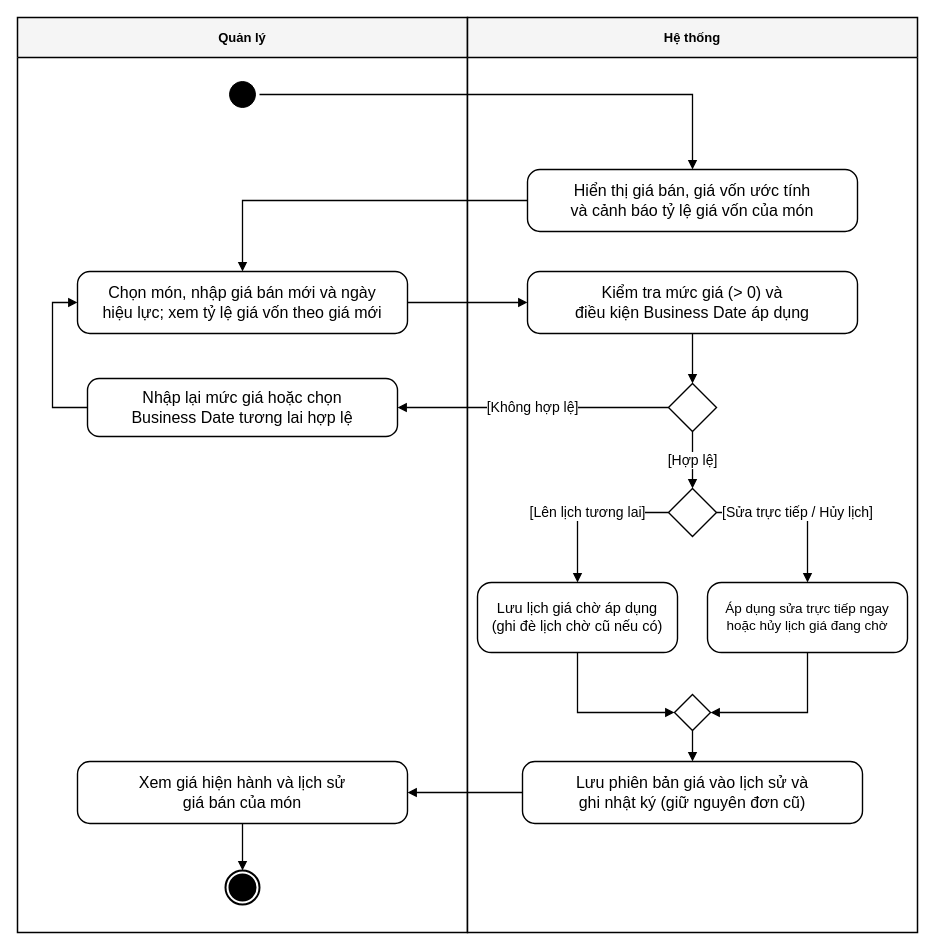
Above: page "QT-03 — Quản lý giá bán" (3 of 21) of docs/So_do/Quy_trinh_nghiep_vu_HeThongQuanLyNhaHang.drawio in nminhzzz/restaurant-management-ai (draw.io), before the change. Source tidied: cells renumbered, new cells numbered last; positions are measured from the earlier drawing's top-left corner, leaving out a move shared by most shapes. Both pictures are drawn from the tidied source at 100%, with x=0, y=0 at pixel (17, 17).
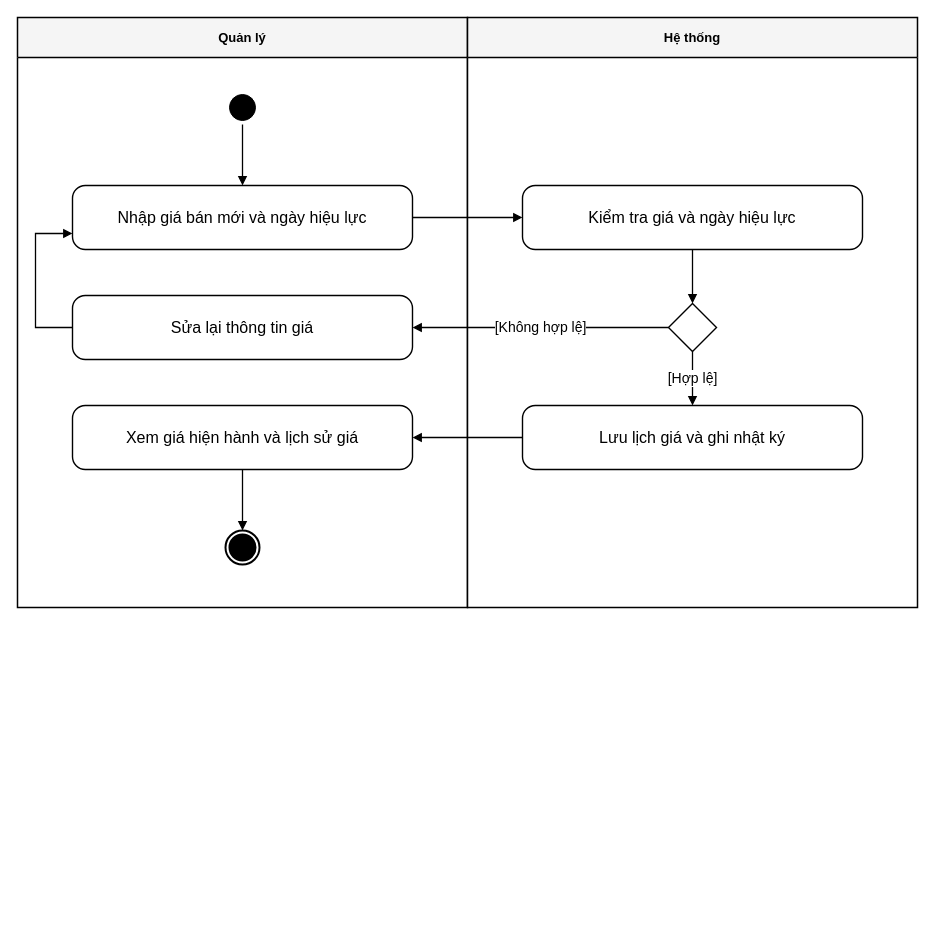
Above is the later version.

What changed in the source:
```diff
@@
     <mxCell id="2" value="Quản lý" style="swimlane;whiteSpace=wrap;html=1;startSize=40;fillColor=#f5f5f5;strokeColor=#000000;fontColor=#000000;fontStyle=1;fontSize=13;swimlaneFillColor=#ffffff;strokeWidth=1.5;rounded=0;arcSize=0;" parent="1" vertex="1">
-      <mxGeometry width="450" height="915" as="geometry" />
+      <mxGeometry width="450" height="590" as="geometry" />
     </mxCell>
     <mxCell id="3" value="Hệ thống" style="swimlane;whiteSpace=wrap;html=1;startSize=40;fillColor=#f5f5f5;strokeColor=#000000;fontColor=#000000;fontStyle=1;fontSize=13;swimlaneFillColor=#ffffff;strokeWidth=1.5;rounded=0;arcSize=0;" parent="1" vertex="1">
-      <mxGeometry x="450" width="450" height="915" as="geometry" />
+      <mxGeometry x="450" width="450" height="590" as="geometry" />
     </mxCell>
-    <mxCell id="4" style="ellipse;html=1;shape=startState;fillColor=#000000;strokeColor=#000000;" parent="1" vertex="1">
-      <mxGeometry x="208" y="60" width="34" height="34" as="geometry" />
-    </mxCell>
-    <mxCell id="5" value="Chọn món, nhập giá bán mới và ngày&#10;hiệu lực; xem tỷ lệ giá vốn theo giá mới" style="rounded=1;whiteSpace=wrap;html=1;arcSize=20;fillColor=#ffffff;strokeColor=#000000;strokeWidth=1.4;fontSize=16;fontColor=#000000;spacing=6;" parent="1" vertex="1">
-      <mxGeometry x="60" y="254" width="330" height="62" as="geometry" />
-    </mxCell>
-    <mxCell id="6" value="Kiểm tra mức giá (&gt; 0) và&#10;điều kiện Business Date áp dụng" style="rounded=1;whiteSpace=wrap;html=1;arcSize=20;fillColor=#ffffff;strokeColor=#000000;strokeWidth=1.4;fontSize=16;fontColor=#000000;spacing=6;" parent="1" vertex="1">
-      <mxGeometry x="510" y="254" width="330" height="62" as="geometry" />
-    </mxCell>
-    <mxCell id="7" value="Hiển thị giá bán, giá vốn ước tính&#10;và cảnh báo tỷ lệ giá vốn của món" style="rounded=1;whiteSpace=wrap;html=1;arcSize=20;fillColor=#ffffff;strokeColor=#000000;strokeWidth=1.4;fontSize=16;fontColor=#000000;spacing=6;" parent="1" vertex="1">
-      <mxGeometry x="510" y="152" width="330" height="62" as="geometry" />
-    </mxCell>
+    <mxCell id="31" style="ellipse;html=1;shape=startState;fillColor=#000000;strokeColor=#000000;" parent="1" vertex="1">
+      <mxGeometry x="208" y="73" width="34" height="34" as="geometry" />
+    </mxCell>
+    <mxCell id="32" value="Nhập giá bán mới và ngày hiệu lực" style="rounded=1;whiteSpace=wrap;html=1;arcSize=20;fillColor=#ffffff;strokeColor=#000000;strokeWidth=1.4;fontSize=16;fontColor=#000000;spacing=6;" parent="1" vertex="1">
+      <mxGeometry x="55" y="168" width="340" height="64" as="geometry" />
+    </mxCell>
+    <mxCell id="33" value="Kiểm tra giá và ngày hiệu lực" style="rounded=1;whiteSpace=wrap;html=1;arcSize=20;fillColor=#ffffff;strokeColor=#000000;strokeWidth=1.4;fontSize=16;fontColor=#000000;spacing=6;" parent="1" vertex="1">
+      <mxGeometry x="505" y="168" width="340" height="64" as="geometry" />
+    </mxCell>
     <mxCell id="8" style="rhombus;whiteSpace=wrap;html=1;fillColor=#ffffff;strokeColor=#000000;strokeWidth=1.4;" parent="1" vertex="1">
-      <mxGeometry x="651" y="366" width="48" height="48" as="geometry" />
+      <mxGeometry x="651" y="286" width="48" height="48" as="geometry" />
     </mxCell>
-    <mxCell id="9" value="Nhập lại mức giá hoặc chọn&#10;Business Date tương lai hợp lệ" style="rounded=1;whiteSpace=wrap;html=1;arcSize=20;fillColor=#ffffff;strokeColor=#000000;strokeWidth=1.4;fontSize=16;fontColor=#000000;spacing=6;" parent="1" vertex="1">
-      <mxGeometry x="70" y="361" width="310" height="58" as="geometry" />
-    </mxCell>
-    <mxCell id="10" style="rhombus;whiteSpace=wrap;html=1;fillColor=#ffffff;strokeColor=#000000;strokeWidth=1.4;" parent="1" vertex="1">
-      <mxGeometry x="651" y="471" width="48" height="48" as="geometry" />
-    </mxCell>
-    <mxCell id="11" value="Lưu lịch giá chờ áp dụng&#10;(ghi đè lịch chờ cũ nếu có)" style="rounded=1;whiteSpace=wrap;html=1;arcSize=20;fillColor=#ffffff;strokeColor=#000000;strokeWidth=1.4;fontSize=14.5;fontColor=#000000;spacing=6;" parent="1" vertex="1">
-      <mxGeometry x="460" y="565" width="200" height="70" as="geometry" />
-    </mxCell>
-    <mxCell id="12" value="Áp dụng sửa trực tiếp ngay&#10;hoặc hủy lịch giá đang chờ" style="rounded=1;whiteSpace=wrap;html=1;arcSize=20;fillColor=#ffffff;strokeColor=#000000;strokeWidth=1.4;fontSize=13.5;fontColor=#000000;spacing=6;" parent="1" vertex="1">
-      <mxGeometry x="690" y="565" width="200" height="70" as="geometry" />
-    </mxCell>
-    <mxCell id="13" style="rhombus;whiteSpace=wrap;html=1;fillColor=#ffffff;strokeColor=#000000;strokeWidth=1.4;" parent="1" vertex="1">
-      <mxGeometry x="657" y="677" width="36" height="36" as="geometry" />
-    </mxCell>
-    <mxCell id="14" value="Lưu phiên bản giá vào lịch sử và&#10;ghi nhật ký (giữ nguyên đơn cũ)" style="rounded=1;whiteSpace=wrap;html=1;arcSize=20;fillColor=#ffffff;strokeColor=#000000;strokeWidth=1.4;fontSize=16;fontColor=#000000;spacing=6;" parent="1" vertex="1">
-      <mxGeometry x="505" y="744" width="340" height="62" as="geometry" />
-    </mxCell>
-    <mxCell id="15" value="Xem giá hiện hành và lịch sử&#10;giá bán của món" style="rounded=1;whiteSpace=wrap;html=1;arcSize=20;fillColor=#ffffff;strokeColor=#000000;strokeWidth=1.4;fontSize=16;fontColor=#000000;spacing=6;" parent="1" vertex="1">
-      <mxGeometry x="60" y="744" width="330" height="62" as="geometry" />
-    </mxCell>
-    <mxCell id="16" style="ellipse;html=1;shape=endState;fillColor=#000000;strokeColor=#000000;strokeWidth=2;" parent="1" vertex="1">
-      <mxGeometry x="208" y="853" width="34" height="34" as="geometry" />
-    </mxCell>
-    <mxCell id="17" style="edgeStyle=orthogonalEdgeStyle;rounded=0;jettySize=auto;html=1;exitX=1.0;exitY=0.5;exitDx=0;exitDy=0;entryX=0.5;entryY=0.0;entryDx=0;entryDy=0;strokeColor=#000000;strokeWidth=1.3;endArrow=block;endFill=1;fontSize=14;fontStyle=0;fontColor=#000000;labelBackgroundColor=#ffffff;" parent="1" edge="1" source="4" target="7">
-      <mxGeometry relative="1" as="geometry" />
-    </mxCell>
-    <mxCell id="18" style="edgeStyle=orthogonalEdgeStyle;rounded=0;jettySize=auto;html=1;exitX=1.0;exitY=0.5;exitDx=0;exitDy=0;entryX=0.0;entryY=0.5;entryDx=0;entryDy=0;strokeColor=#000000;strokeWidth=1.3;endArrow=block;endFill=1;fontSize=14;fontStyle=0;fontColor=#000000;labelBackgroundColor=#ffffff;" parent="1" edge="1" source="5" target="6">
-      <mxGeometry relative="1" as="geometry" />
-    </mxCell>
-    <mxCell id="19" style="edgeStyle=orthogonalEdgeStyle;rounded=0;jettySize=auto;html=1;exitX=0.5;exitY=1.0;exitDx=0;exitDy=0;entryX=0.5;entryY=0.0;entryDx=0;entryDy=0;strokeColor=#000000;strokeWidth=1.3;endArrow=block;endFill=1;fontSize=14;fontStyle=0;fontColor=#000000;labelBackgroundColor=#ffffff;" parent="1" edge="1" source="6" target="8">
-      <mxGeometry relative="1" as="geometry" />
-    </mxCell>
+    <mxCell id="34" value="Sửa lại thông tin giá" style="rounded=1;whiteSpace=wrap;html=1;arcSize=20;fillColor=#ffffff;strokeColor=#000000;strokeWidth=1.4;fontSize=16;fontColor=#000000;spacing=6;" parent="1" vertex="1">
+      <mxGeometry x="55" y="278" width="340" height="64" as="geometry" />
+    </mxCell>
+    <mxCell id="35" value="Lưu lịch giá và ghi nhật ký" style="rounded=1;whiteSpace=wrap;html=1;arcSize=20;fillColor=#ffffff;strokeColor=#000000;strokeWidth=1.4;fontSize=16;fontColor=#000000;spacing=6;" parent="1" vertex="1">
+      <mxGeometry x="505" y="388" width="340" height="64" as="geometry" />
+    </mxCell>
+    <mxCell id="36" value="Xem giá hiện hành và lịch sử giá" style="rounded=1;whiteSpace=wrap;html=1;arcSize=20;fillColor=#ffffff;strokeColor=#000000;strokeWidth=1.4;fontSize=16;fontColor=#000000;spacing=6;" parent="1" vertex="1">
+      <mxGeometry x="55" y="388" width="340" height="64" as="geometry" />
+    </mxCell>
+    <mxCell id="37" style="ellipse;html=1;shape=endState;fillColor=#000000;strokeColor=#000000;strokeWidth=2;" parent="1" vertex="1">
+      <mxGeometry x="208" y="513" width="34" height="34" as="geometry" />
+    </mxCell>
+    <mxCell id="38" style="edgeStyle=orthogonalEdgeStyle;rounded=0;jettySize=auto;html=1;strokeColor=#000000;strokeWidth=1.3;endArrow=block;endFill=1;fontSize=14;fontStyle=0;fontColor=#000000;labelBackgroundColor=#ffffff;exitX=0.5;exitY=1;exitDx=0;exitDy=0;entryX=0.5;entryY=0;entryDx=0;entryDy=0;" parent="1" edge="1" source="31" target="32">
+      <mxGeometry relative="1" as="geometry" />
+    </mxCell>
+    <mxCell id="39" style="edgeStyle=orthogonalEdgeStyle;rounded=0;jettySize=auto;html=1;strokeColor=#000000;strokeWidth=1.3;endArrow=block;endFill=1;fontSize=14;fontStyle=0;fontColor=#000000;labelBackgroundColor=#ffffff;exitX=1;exitY=0.5;exitDx=0;exitDy=0;entryX=0;entryY=0.5;entryDx=0;entryDy=0;" parent="1" edge="1" source="32" target="33">
+      <mxGeometry relative="1" as="geometry" />
+    </mxCell>
+    <mxCell id="40" style="edgeStyle=orthogonalEdgeStyle;rounded=0;jettySize=auto;html=1;strokeColor=#000000;strokeWidth=1.3;endArrow=block;endFill=1;fontSize=14;fontStyle=0;fontColor=#000000;labelBackgroundColor=#ffffff;exitX=0.5;exitY=1;exitDx=0;exitDy=0;entryX=0.5;entryY=0;entryDx=0;entryDy=0;" parent="1" edge="1" source="33" target="8">
+      <mxGeometry relative="1" as="geometry" />
+    </mxCell>
-    <mxCell id="20" value="[Không hợp lệ]" style="edgeStyle=orthogonalEdgeStyle;rounded=0;jettySize=auto;html=1;exitX=0.0;exitY=0.5;exitDx=0;exitDy=0;entryX=1.0;entryY=0.5;entryDx=0;entryDy=0;strokeColor=#000000;strokeWidth=1.3;endArrow=block;endFill=1;fontSize=14;fontStyle=0;fontColor=#000000;labelBackgroundColor=#ffffff;" parent="1" edge="1" source="8" target="9">
+    <mxCell id="20" value="[Không hợp lệ]" style="edgeStyle=orthogonalEdgeStyle;rounded=0;jettySize=auto;html=1;strokeColor=#000000;strokeWidth=1.3;endArrow=block;endFill=1;fontSize=14;fontStyle=0;fontColor=#000000;labelBackgroundColor=#ffffff;exitX=0;exitY=0.5;exitDx=0;exitDy=0;entryX=1;entryY=0.5;entryDx=0;entryDy=0;" parent="1" edge="1" source="8" target="34">
       <mxGeometry relative="1" as="geometry" />
     </mxCell>
-    <mxCell id="21" style="edgeStyle=orthogonalEdgeStyle;rounded=0;jettySize=auto;html=1;exitX=0.0;exitY=0.5;exitDx=0;exitDy=0;entryX=0;entryY=.5;entryDx=0;entryDy=0;strokeColor=#000000;strokeWidth=1.3;endArrow=block;endFill=1;fontSize=14;fontStyle=0;fontColor=#000000;labelBackgroundColor=#ffffff;" parent="1" edge="1" source="9" target="5">
-      <mxGeometry relative="1" as="geometry">
-        <Array as="points">
-          <mxPoint x="35" y="390" />
-          <mxPoint x="35" y="285" />
-        </Array>
-      </mxGeometry>
-    </mxCell>
+    <mxCell id="41" style="edgeStyle=orthogonalEdgeStyle;rounded=0;jettySize=auto;html=1;strokeColor=#000000;strokeWidth=1.3;endArrow=block;endFill=1;fontSize=14;fontStyle=0;fontColor=#000000;labelBackgroundColor=#ffffff;exitX=0;exitY=0.5;exitDx=0;exitDy=0;entryX=0;entryY=0.75;entryDx=0;entryDy=0;" parent="1" edge="1" source="34" target="32">
+      <mxGeometry relative="1" as="geometry">
+        <Array as="points">
+          <mxPoint x="18" y="310" />
+          <mxPoint x="18" y="216" />
+        </Array>
+      </mxGeometry>
+    </mxCell>
-    <mxCell id="22" value="[Hợp lệ]" style="edgeStyle=orthogonalEdgeStyle;rounded=0;jettySize=auto;html=1;exitX=0.5;exitY=1.0;exitDx=0;exitDy=0;entryX=0.5;entryY=0.0;entryDx=0;entryDy=0;strokeColor=#000000;strokeWidth=1.3;endArrow=block;endFill=1;fontSize=14;fontStyle=0;fontColor=#000000;labelBackgroundColor=#ffffff;" parent="1" edge="1" source="8" target="10">
+    <mxCell id="22" value="[Hợp lệ]" style="edgeStyle=orthogonalEdgeStyle;rounded=0;jettySize=auto;html=1;strokeColor=#000000;strokeWidth=1.3;endArrow=block;endFill=1;fontSize=14;fontStyle=0;fontColor=#000000;labelBackgroundColor=#ffffff;exitX=0.5;exitY=1;exitDx=0;exitDy=0;entryX=0.5;entryY=0;entryDx=0;entryDy=0;" parent="1" edge="1" source="8" target="35">
       <mxGeometry relative="1" as="geometry" />
     </mxCell>
-    <mxCell id="23" value="[Lên lịch tương lai]" style="edgeStyle=orthogonalEdgeStyle;rounded=0;jettySize=auto;html=1;exitX=0.0;exitY=0.5;exitDx=0;exitDy=0;entryX=0.5;entryY=0.0;entryDx=0;entryDy=0;strokeColor=#000000;strokeWidth=1.3;endArrow=block;endFill=1;fontSize=14;fontStyle=0;fontColor=#000000;labelBackgroundColor=#ffffff;" parent="1" edge="1" source="10" target="11">
-      <mxGeometry relative="1" as="geometry">
-        <Array as="points">
-          <mxPoint x="560" y="495" />
-        </Array>
-      </mxGeometry>
-    </mxCell>
-    <mxCell id="24" value="[Sửa trực tiếp / Hủy lịch]" style="edgeStyle=orthogonalEdgeStyle;rounded=0;jettySize=auto;html=1;exitX=1.0;exitY=0.5;exitDx=0;exitDy=0;entryX=0.5;entryY=0.0;entryDx=0;entryDy=0;strokeColor=#000000;strokeWidth=1.3;endArrow=block;endFill=1;fontSize=14;fontStyle=0;fontColor=#000000;labelBackgroundColor=#ffffff;" parent="1" edge="1" source="10" target="12">
-      <mxGeometry relative="1" as="geometry">
-        <Array as="points">
-          <mxPoint x="790" y="495" />
-        </Array>
-      </mxGeometry>
-    </mxCell>
-    <mxCell id="25" style="edgeStyle=orthogonalEdgeStyle;rounded=0;jettySize=auto;html=1;exitX=0.5;exitY=1.0;exitDx=0;exitDy=0;entryX=0.0;entryY=0.5;entryDx=0;entryDy=0;strokeColor=#000000;strokeWidth=1.3;endArrow=block;endFill=1;fontSize=14;fontStyle=0;fontColor=#000000;labelBackgroundColor=#ffffff;" parent="1" edge="1" source="11" target="13">
-      <mxGeometry relative="1" as="geometry">
-        <Array as="points">
-          <mxPoint x="560" y="695" />
-        </Array>
-      </mxGeometry>
-    </mxCell>
-    <mxCell id="26" style="edgeStyle=orthogonalEdgeStyle;rounded=0;jettySize=auto;html=1;exitX=0.5;exitY=1.0;exitDx=0;exitDy=0;entryX=1.0;entryY=0.5;entryDx=0;entryDy=0;strokeColor=#000000;strokeWidth=1.3;endArrow=block;endFill=1;fontSize=14;fontStyle=0;fontColor=#000000;labelBackgroundColor=#ffffff;" parent="1" edge="1" source="12" target="13">
-      <mxGeometry relative="1" as="geometry">
-        <Array as="points">
-          <mxPoint x="790" y="695" />
-        </Array>
-      </mxGeometry>
-    </mxCell>
-    <mxCell id="27" style="edgeStyle=orthogonalEdgeStyle;rounded=0;jettySize=auto;html=1;exitX=0.5;exitY=1.0;exitDx=0;exitDy=0;entryX=0.5;entryY=0.0;entryDx=0;entryDy=0;strokeColor=#000000;strokeWidth=1.3;endArrow=block;endFill=1;fontSize=14;fontStyle=0;fontColor=#000000;labelBackgroundColor=#ffffff;" parent="1" edge="1" source="13" target="14">
-      <mxGeometry relative="1" as="geometry" />
-    </mxCell>
-    <mxCell id="28" style="edgeStyle=orthogonalEdgeStyle;rounded=0;jettySize=auto;html=1;exitX=0.0;exitY=0.5;exitDx=0;exitDy=0;entryX=1.0;entryY=0.5;entryDx=0;entryDy=0;strokeColor=#000000;strokeWidth=1.3;endArrow=block;endFill=1;fontSize=14;fontStyle=0;fontColor=#000000;labelBackgroundColor=#ffffff;" parent="1" edge="1" source="14" target="15">
-      <mxGeometry relative="1" as="geometry" />
-    </mxCell>
-    <mxCell id="29" style="edgeStyle=orthogonalEdgeStyle;rounded=0;jettySize=auto;html=1;exitX=0.5;exitY=1.0;exitDx=0;exitDy=0;entryX=0.5;entryY=0.0;entryDx=0;entryDy=0;strokeColor=#000000;strokeWidth=1.3;endArrow=block;endFill=1;fontSize=14;fontStyle=0;fontColor=#000000;labelBackgroundColor=#ffffff;" parent="1" edge="1" source="15" target="16">
-      <mxGeometry relative="1" as="geometry" />
-    </mxCell>
-    <mxCell id="30" style="edgeStyle=orthogonalEdgeStyle;rounded=0;jettySize=auto;html=1;exitX=0.0;exitY=0.5;exitDx=0;exitDy=0;entryX=0.5;entryY=0.0;entryDx=0;entryDy=0;strokeColor=#000000;strokeWidth=1.3;endArrow=block;endFill=1;fontSize=14;fontStyle=0;fontColor=#000000;labelBackgroundColor=#ffffff;" parent="1" edge="1" source="7" target="5">
-      <mxGeometry relative="1" as="geometry" />
-    </mxCell>
+    <mxCell id="42" style="edgeStyle=orthogonalEdgeStyle;rounded=0;jettySize=auto;html=1;strokeColor=#000000;strokeWidth=1.3;endArrow=block;endFill=1;fontSize=14;fontStyle=0;fontColor=#000000;labelBackgroundColor=#ffffff;exitX=0;exitY=0.5;exitDx=0;exitDy=0;entryX=1;entryY=0.5;entryDx=0;entryDy=0;" parent="1" edge="1" source="35" target="36">
+      <mxGeometry relative="1" as="geometry" />
+    </mxCell>
+    <mxCell id="43" style="edgeStyle=orthogonalEdgeStyle;rounded=0;jettySize=auto;html=1;strokeColor=#000000;strokeWidth=1.3;endArrow=block;endFill=1;fontSize=14;fontStyle=0;fontColor=#000000;labelBackgroundColor=#ffffff;exitX=0.5;exitY=1;exitDx=0;exitDy=0;entryX=0.5;entryY=0;entryDx=0;entryDy=0;" parent="1" edge="1" source="36" target="37">
+      <mxGeometry relative="1" as="geometry" />
+    </mxCell>
```
